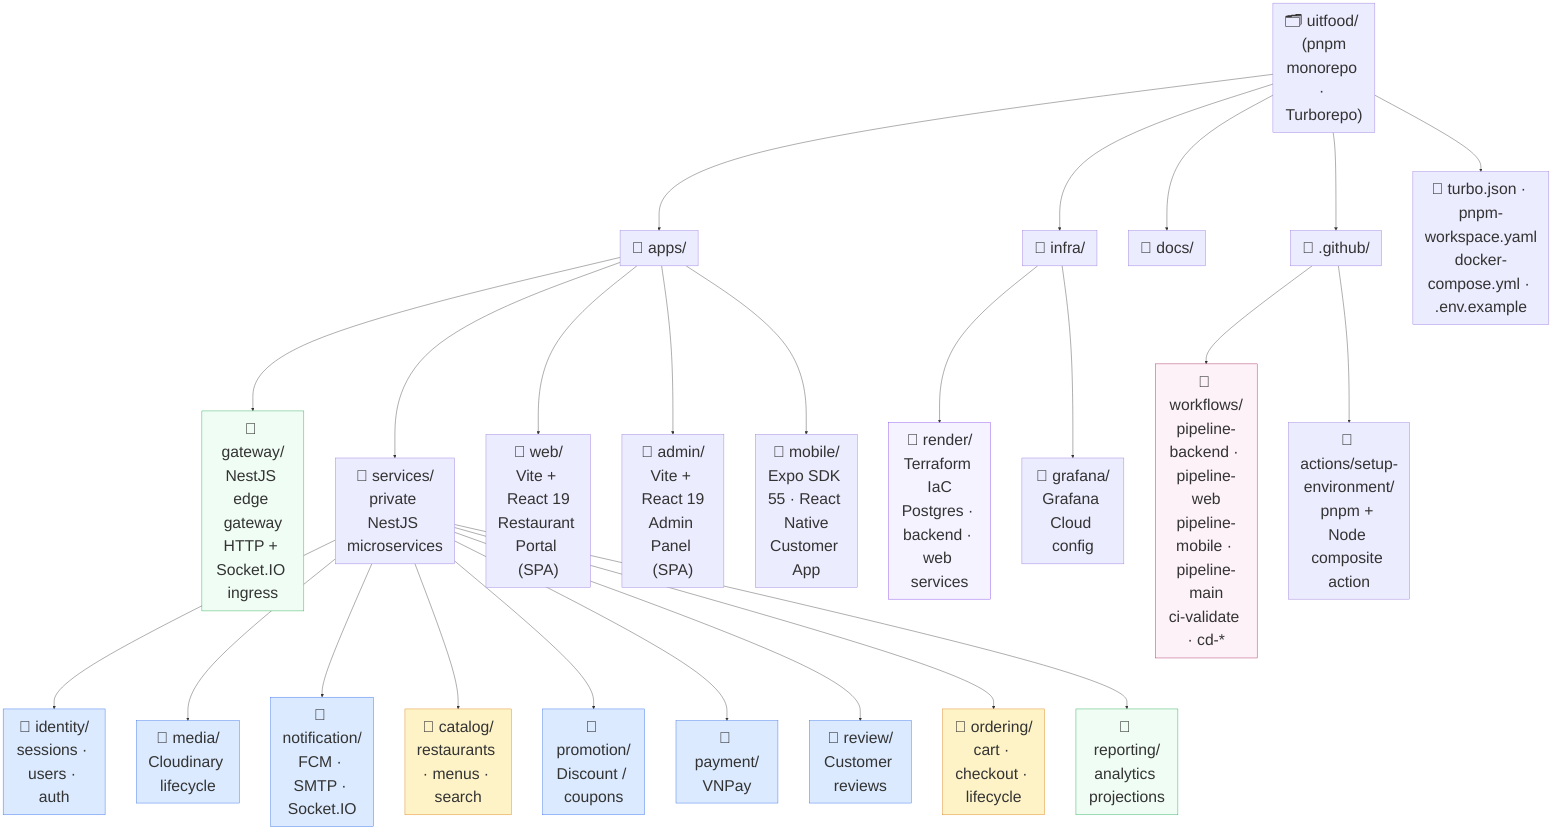
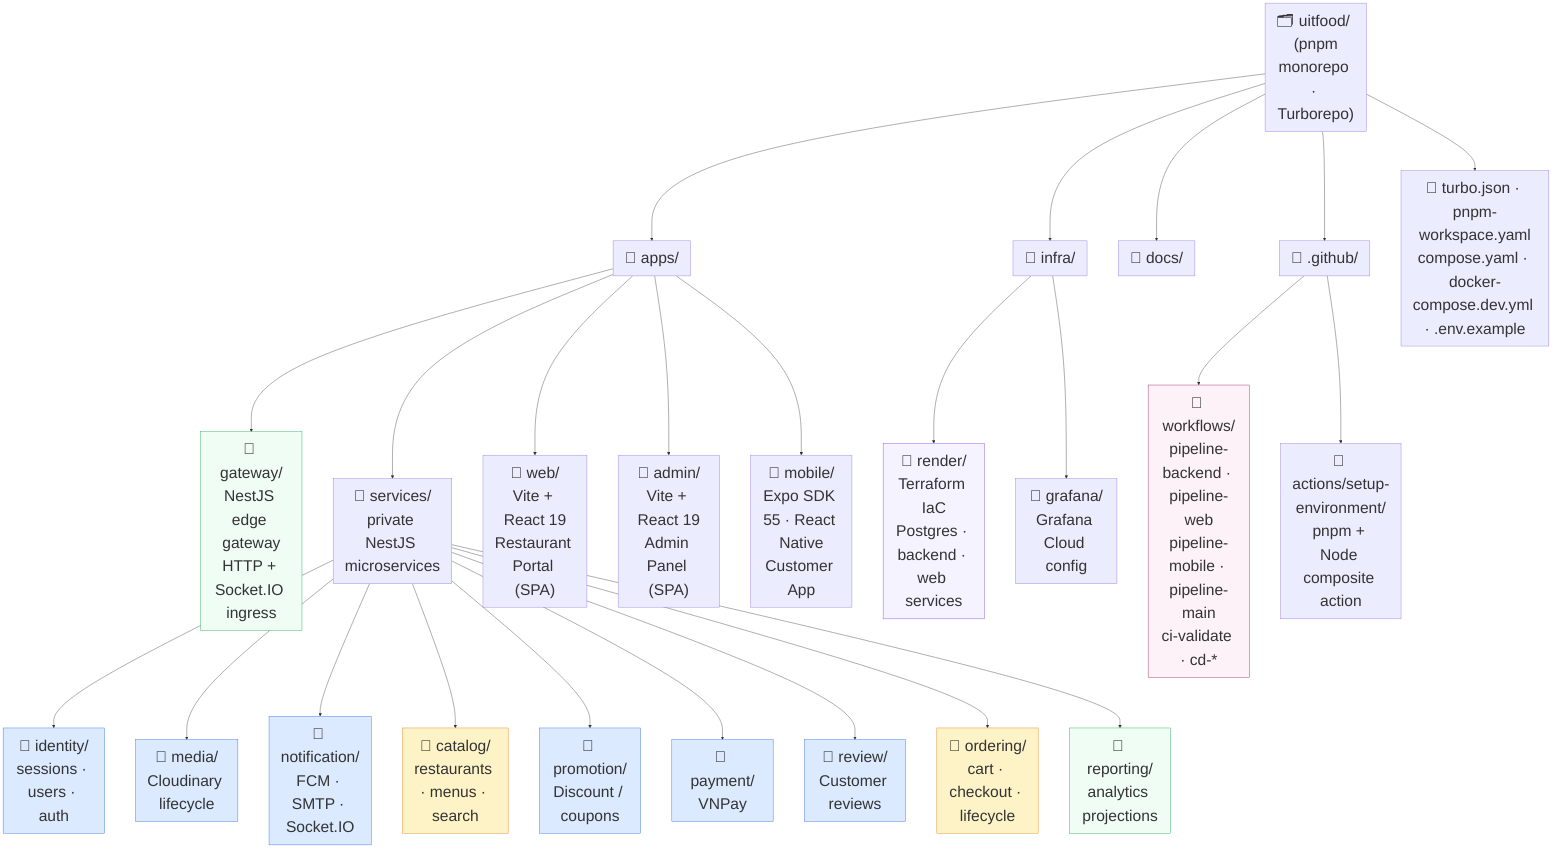
%%{init: {"theme": "default", "themeVariables": {"fontSize": "40px", "fontFamily": "arial"}, "flowchart": {"subGraphTitleMargin": {"top": 60, "bottom": 10}, "nodeSpacing": 80, "rankSpacing": 100}}}%%
graph TD
    ROOT["🗂️ uitfood/  (pnpm monorepo · Turborepo)"]

    ROOT --> APPS["📁 apps/"]
    ROOT --> INFRA["📁 infra/"]
    ROOT --> DOCS["📁 docs/"]
    ROOT --> GH["📁 .github/"]
-     ROOT --> CFG_FILES["📄 turbo.json · pnpm-workspace.yaml\ndocker-compose.yml · .env.example"]
+     ROOT --> CFG_FILES["📄 turbo.json · pnpm-workspace.yaml\ncompose.yaml · docker-compose.dev.yml · .env.example"]

    %% ── apps ──────────────────────────────────────────
    APPS --> GATEWAY["📁 gateway/\nNestJS edge gateway\nHTTP + Socket.IO ingress"]
    APPS --> SERVICES["📁 services/\nprivate NestJS microservices"]
    APPS --> WEB["📁 web/\nVite + React 19\nRestaurant Portal (SPA)"]
    APPS --> ADMIN["📁 admin/\nVite + React 19\nAdmin Panel (SPA)"]
    APPS --> MOBILE["📁 mobile/\nExpo SDK 55 · React Native\nCustomer App"]

    %% ── backend services ─────────────────────────────────
    SERVICES --> IDENTITY_M["📁 identity/\nsessions · users · auth"]
    SERVICES --> MEDIA_M["📁 media/\nCloudinary lifecycle"]
    SERVICES --> NOTIF_M["📁 notification/\nFCM · SMTP · Socket.IO"]
    SERVICES --> CATALOG_M["📁 catalog/\nrestaurants · menus · search"]
    SERVICES --> PROMO_M["📁 promotion/\nDiscount / coupons"]
    SERVICES --> PAY_M["📁 payment/\nVNPay"]
    SERVICES --> REV_M["📁 review/\nCustomer reviews"]
    SERVICES --> ORDERING_M["📁 ordering/\ncart · checkout · lifecycle"]
    SERVICES --> REPORTING_M["📁 reporting/\nanalytics projections"]

    %% ── infra ─────────────────────────────────────────
    INFRA --> RENDER_TF["📁 render/\nTerraform IaC\nPostgres · backend · web services"]
    INFRA --> GRAFANA_CFG["📁 grafana/\nGrafana Cloud config"]

    %% ── .github ───────────────────────────────────────
    GH --> WORKFLOWS["📁 workflows/\npipeline-backend · pipeline-web\npipeline-mobile · pipeline-main\nci-validate · cd-*"]
    GH --> ACTIONS["📁 actions/setup-environment/\npnpm + Node composite action"]

    %% ── styles ────────────────────────────────────────
    style ORDERING_M fill:#fef3c7,stroke:#d97706
    style CATALOG_M  fill:#fef3c7,stroke:#d97706
    style IDENTITY_M fill:#dbeafe,stroke:#2563eb
    style PAY_M      fill:#dbeafe,stroke:#2563eb
    style MEDIA_M    fill:#dbeafe,stroke:#2563eb
    style NOTIF_M    fill:#dbeafe,stroke:#2563eb
    style PROMO_M    fill:#dbeafe,stroke:#2563eb
    style REV_M      fill:#dbeafe,stroke:#2563eb
    style REPORTING_M fill:#f0fdf4,stroke:#16a34a
    style GATEWAY    fill:#f0fdf4,stroke:#16a34a
    style RENDER_TF  fill:#f5f3ff,stroke:#7c3aed
    style WORKFLOWS  fill:#fdf2f8,stroke:#9d174d
